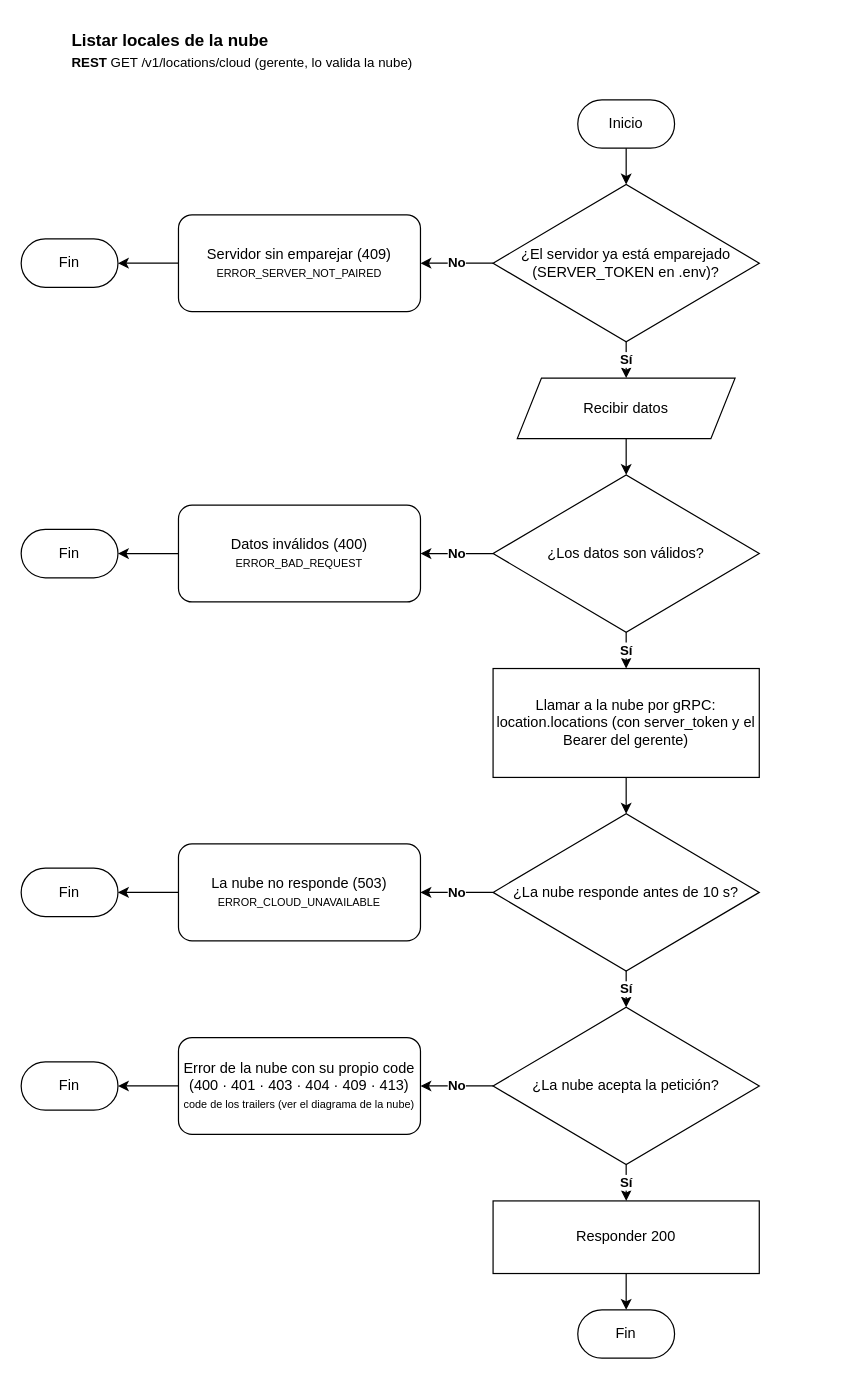
This is documents/diagrams/workflows/location/cloud/locations.drawio from Andry510/miyabi-restaurant-server, a draw.io file, before an edit. Source tidied: cells renumbered, new cells numbered last; positions are measured from the earlier drawing's top-left corner, leaving out a move shared by most shapes. Both pictures are drawn from the tidied source at 121%, with x=0, y=0 at pixel (21, 21).
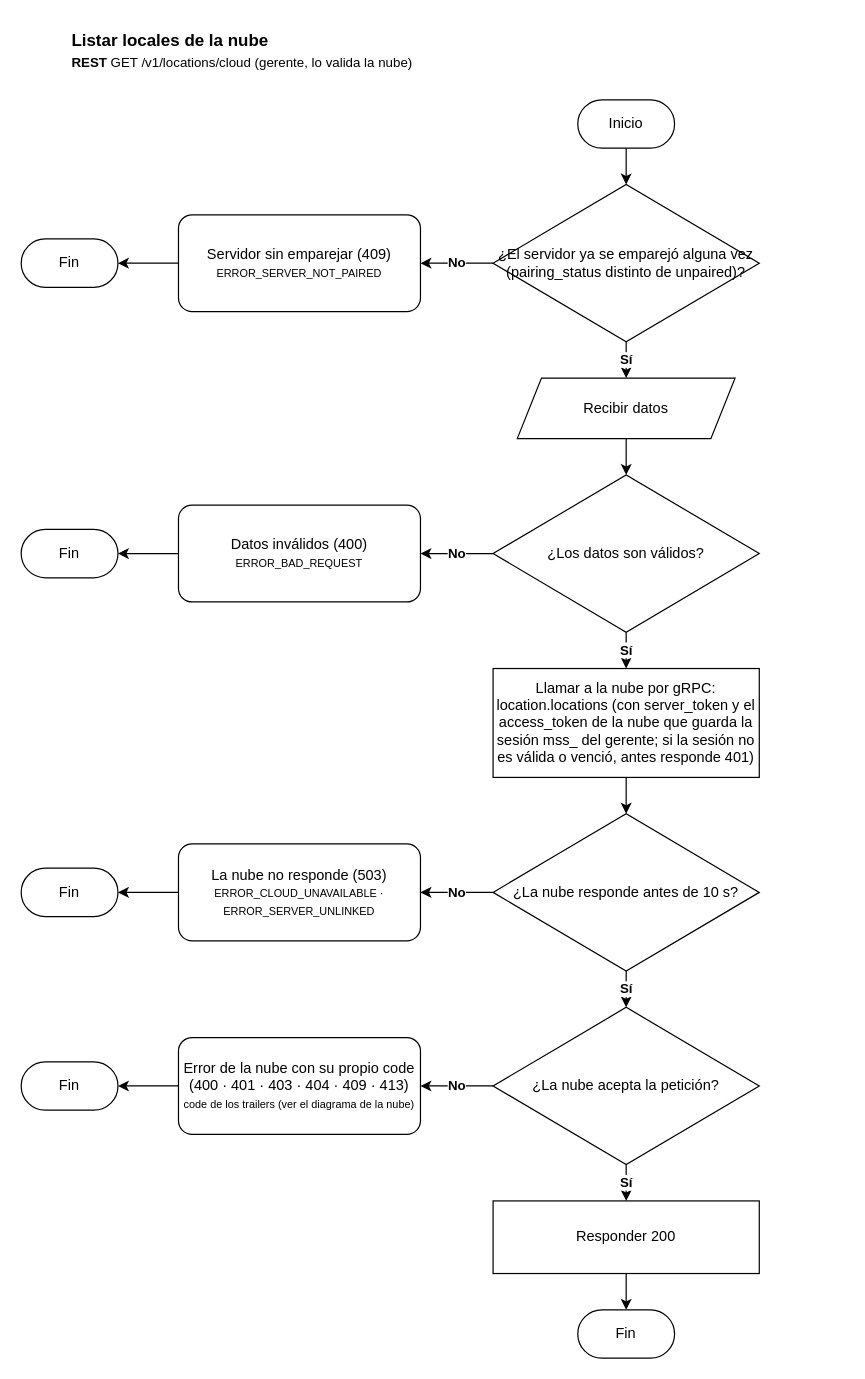
The same diagram, later.

Change to the diagram source:
```diff
@@
-    <mxCell id="4" value="¿El servidor ya está emparejado (SERVER_TOKEN en .env)?" style="rhombus;whiteSpace=wrap;html=1;rounded=1;arcSize=0;" parent="1" vertex="1">
+    <mxCell id="4" value="¿El servidor ya se emparejó alguna vez (pairing_status distinto de unpaired)?" style="rhombus;whiteSpace=wrap;html=1;rounded=1;arcSize=0;" parent="1" vertex="1">
       <mxGeometry x="390" y="135" width="220" height="130" as="geometry" />
     </mxCell>
@@
-    <mxCell id="18" value="Llamar a la nube por gRPC: location.locations (con server_token y el Bearer del gerente)" style="rounded=0;whiteSpace=wrap;html=1;" parent="1" vertex="1">
+    <mxCell id="18" value="Llamar a la nube por gRPC: location.locations (con server_token y el access_token de la nube que guarda la sesión mss_ del gerente; si la sesión no es válida o venció, antes responde 401)" style="rounded=0;whiteSpace=wrap;html=1;" parent="1" vertex="1">
       <mxGeometry x="390" y="535" width="220" height="90" as="geometry" />
     </mxCell>
@@
-    <mxCell id="22" value="La nube no responde (503)&lt;br&gt;&lt;font style=&quot;font-size: 9px;&quot;&gt;ERROR_CLOUD_UNAVAILABLE&lt;/font&gt;" style="rounded=1;whiteSpace=wrap;html=1;arcSize=14;" parent="1" vertex="1">
+    <mxCell id="22" value="La nube no responde (503)&lt;br&gt;&lt;font style=&quot;font-size: 9px;&quot;&gt;ERROR_CLOUD_UNAVAILABLE · ERROR_SERVER_UNLINKED&lt;/font&gt;" style="rounded=1;whiteSpace=wrap;html=1;arcSize=14;" parent="1" vertex="1">
       <mxGeometry x="130" y="680" width="200" height="80" as="geometry" />
     </mxCell>
```
